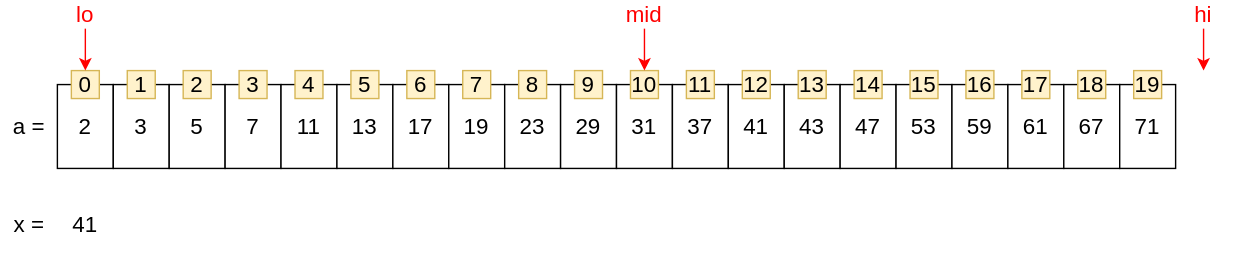
The draw.io diagram img/algorithm/algorithm-1081-01-01-02.svg in zininote/zininote.github.io-old-, before a commit. Source tidied: cells renumbered, new cells last; positions are measured from the earlier drawing's top-left corner, leaving out a move shared by most shapes.
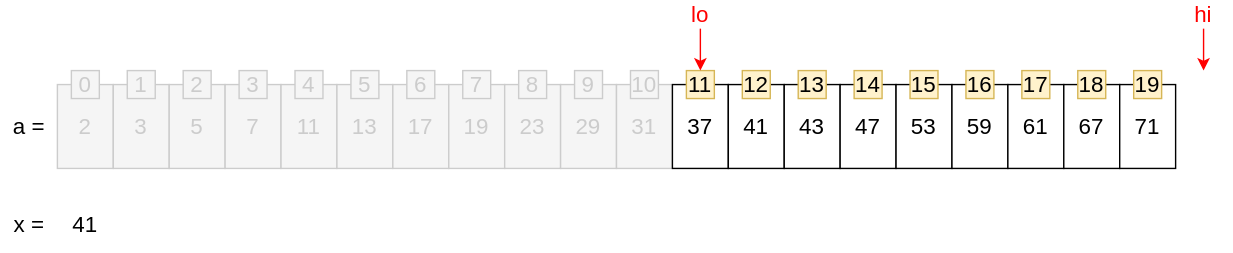
After the commit.

Change to the diagram source:
```diff
@@ -2,68 +2,65 @@
   <root>
     <mxCell id="0" />
     <mxCell id="1" parent="0" />
-    <mxCell id="2" style="group;" parent="1" vertex="1">
-      <mxGeometry x="40" y="60" width="800" height="60" as="geometry" />
-    </mxCell>
-    <mxCell id="3" value="2" style="rounded=0;whiteSpace=wrap;html=1;fontSize=16;" parent="2" vertex="1">
-      <mxGeometry width="40" height="60" as="geometry" />
+    <mxCell id="3" value="2" style="rounded=0;whiteSpace=wrap;html=1;fontSize=16;fillColor=#f5f5f5;strokeColor=#CCCCCC;fontColor=#CCCCCC;" parent="1" vertex="1">
+      <mxGeometry x="40" y="60" width="40" height="60" as="geometry" />
     </mxCell>
-    <mxCell id="4" value="3" style="rounded=0;whiteSpace=wrap;html=1;fontSize=16;" parent="2" vertex="1">
-      <mxGeometry x="40" width="40" height="60" as="geometry" />
+    <mxCell id="4" value="3" style="rounded=0;whiteSpace=wrap;html=1;fontSize=16;fillColor=#f5f5f5;strokeColor=#CCCCCC;fontColor=#CCCCCC;" parent="1" vertex="1">
+      <mxGeometry x="80" y="60" width="40" height="60" as="geometry" />
     </mxCell>
-    <mxCell id="5" value="5" style="rounded=0;whiteSpace=wrap;html=1;fontSize=16;" parent="2" vertex="1">
-      <mxGeometry x="80" width="40" height="60" as="geometry" />
+    <mxCell id="5" value="5" style="rounded=0;whiteSpace=wrap;html=1;fontSize=16;fillColor=#f5f5f5;strokeColor=#CCCCCC;fontColor=#CCCCCC;" parent="1" vertex="1">
+      <mxGeometry x="120" y="60" width="40" height="60" as="geometry" />
     </mxCell>
-    <mxCell id="6" value="7" style="rounded=0;whiteSpace=wrap;html=1;fontSize=16;" parent="2" vertex="1">
-      <mxGeometry x="120" width="40" height="60" as="geometry" />
+    <mxCell id="6" value="7" style="rounded=0;whiteSpace=wrap;html=1;fontSize=16;fillColor=#f5f5f5;strokeColor=#CCCCCC;fontColor=#CCCCCC;" parent="1" vertex="1">
+      <mxGeometry x="160" y="60" width="40" height="60" as="geometry" />
     </mxCell>
-    <mxCell id="7" value="11" style="rounded=0;whiteSpace=wrap;html=1;fontSize=16;" parent="2" vertex="1">
-      <mxGeometry x="160" width="40" height="60" as="geometry" />
+    <mxCell id="7" value="11" style="rounded=0;whiteSpace=wrap;html=1;fontSize=16;fillColor=#f5f5f5;strokeColor=#CCCCCC;fontColor=#CCCCCC;" parent="1" vertex="1">
+      <mxGeometry x="200" y="60" width="40" height="60" as="geometry" />
     </mxCell>
-    <mxCell id="8" value="13" style="rounded=0;whiteSpace=wrap;html=1;fontSize=16;" parent="2" vertex="1">
-      <mxGeometry x="200" width="40" height="60" as="geometry" />
+    <mxCell id="8" value="13" style="rounded=0;whiteSpace=wrap;html=1;fontSize=16;fillColor=#f5f5f5;strokeColor=#CCCCCC;fontColor=#CCCCCC;" parent="1" vertex="1">
+      <mxGeometry x="240" y="60" width="40" height="60" as="geometry" />
     </mxCell>
-    <mxCell id="9" value="17" style="rounded=0;whiteSpace=wrap;html=1;fontSize=16;" parent="2" vertex="1">
-      <mxGeometry x="240" width="40" height="60" as="geometry" />
+    <mxCell id="9" value="17" style="rounded=0;whiteSpace=wrap;html=1;fontSize=16;fillColor=#f5f5f5;strokeColor=#CCCCCC;fontColor=#CCCCCC;" parent="1" vertex="1">
+      <mxGeometry x="280" y="60" width="40" height="60" as="geometry" />
     </mxCell>
-    <mxCell id="10" value="19" style="rounded=0;whiteSpace=wrap;html=1;fontSize=16;" parent="2" vertex="1">
-      <mxGeometry x="280" width="40" height="60" as="geometry" />
+    <mxCell id="10" value="19" style="rounded=0;whiteSpace=wrap;html=1;fontSize=16;fillColor=#f5f5f5;strokeColor=#CCCCCC;fontColor=#CCCCCC;" parent="1" vertex="1">
+      <mxGeometry x="320" y="60" width="40" height="60" as="geometry" />
     </mxCell>
-    <mxCell id="11" value="23" style="rounded=0;whiteSpace=wrap;html=1;fontSize=16;" parent="2" vertex="1">
-      <mxGeometry x="320" width="40" height="60" as="geometry" />
+    <mxCell id="11" value="23" style="rounded=0;whiteSpace=wrap;html=1;fontSize=16;fillColor=#f5f5f5;strokeColor=#CCCCCC;fontColor=#CCCCCC;" parent="1" vertex="1">
+      <mxGeometry x="360" y="60" width="40" height="60" as="geometry" />
     </mxCell>
-    <mxCell id="12" value="29" style="rounded=0;whiteSpace=wrap;html=1;fontSize=16;" parent="2" vertex="1">
-      <mxGeometry x="360" width="40" height="60" as="geometry" />
+    <mxCell id="12" value="29" style="rounded=0;whiteSpace=wrap;html=1;fontSize=16;fillColor=#f5f5f5;strokeColor=#CCCCCC;fontColor=#CCCCCC;" parent="1" vertex="1">
+      <mxGeometry x="400" y="60" width="40" height="60" as="geometry" />
     </mxCell>
-    <mxCell id="13" value="31" style="rounded=0;whiteSpace=wrap;html=1;fontSize=16;" parent="2" vertex="1">
-      <mxGeometry x="400" width="40" height="60" as="geometry" />
+    <mxCell id="13" value="31" style="rounded=0;whiteSpace=wrap;html=1;fontSize=16;fillColor=#f5f5f5;strokeColor=#CCCCCC;fontColor=#CCCCCC;" parent="1" vertex="1">
+      <mxGeometry x="440" y="60" width="40" height="60" as="geometry" />
     </mxCell>
-    <mxCell id="14" value="37" style="rounded=0;whiteSpace=wrap;html=1;fontSize=16;" parent="2" vertex="1">
-      <mxGeometry x="440" width="40" height="60" as="geometry" />
+    <mxCell id="14" value="37" style="rounded=0;whiteSpace=wrap;html=1;fontSize=16;" parent="1" vertex="1">
+      <mxGeometry x="480" y="60" width="40" height="60" as="geometry" />
     </mxCell>
-    <mxCell id="15" value="41" style="rounded=0;whiteSpace=wrap;html=1;fontSize=16;" parent="2" vertex="1">
-      <mxGeometry x="480" width="40" height="60" as="geometry" />
+    <mxCell id="15" value="41" style="rounded=0;whiteSpace=wrap;html=1;fontSize=16;" parent="1" vertex="1">
+      <mxGeometry x="520" y="60" width="40" height="60" as="geometry" />
     </mxCell>
-    <mxCell id="16" value="43" style="rounded=0;whiteSpace=wrap;html=1;fontSize=16;" parent="2" vertex="1">
-      <mxGeometry x="520" width="40" height="60" as="geometry" />
+    <mxCell id="16" value="43" style="rounded=0;whiteSpace=wrap;html=1;fontSize=16;" parent="1" vertex="1">
+      <mxGeometry x="560" y="60" width="40" height="60" as="geometry" />
     </mxCell>
-    <mxCell id="17" value="47" style="rounded=0;whiteSpace=wrap;html=1;fontSize=16;" parent="2" vertex="1">
-      <mxGeometry x="560" width="40" height="60" as="geometry" />
+    <mxCell id="17" value="47" style="rounded=0;whiteSpace=wrap;html=1;fontSize=16;" parent="1" vertex="1">
+      <mxGeometry x="600" y="60" width="40" height="60" as="geometry" />
     </mxCell>
-    <mxCell id="18" value="53" style="rounded=0;whiteSpace=wrap;html=1;fontSize=16;" parent="2" vertex="1">
-      <mxGeometry x="600" width="40" height="60" as="geometry" />
+    <mxCell id="18" value="53" style="rounded=0;whiteSpace=wrap;html=1;fontSize=16;" parent="1" vertex="1">
+      <mxGeometry x="640" y="60" width="40" height="60" as="geometry" />
     </mxCell>
-    <mxCell id="19" value="59" style="rounded=0;whiteSpace=wrap;html=1;fontSize=16;" parent="2" vertex="1">
-      <mxGeometry x="640" width="40" height="60" as="geometry" />
+    <mxCell id="19" value="59" style="rounded=0;whiteSpace=wrap;html=1;fontSize=16;" parent="1" vertex="1">
+      <mxGeometry x="680" y="60" width="40" height="60" as="geometry" />
     </mxCell>
-    <mxCell id="20" value="61" style="rounded=0;whiteSpace=wrap;html=1;fontSize=16;" parent="2" vertex="1">
-      <mxGeometry x="680" width="40" height="60" as="geometry" />
+    <mxCell id="20" value="61" style="rounded=0;whiteSpace=wrap;html=1;fontSize=16;" parent="1" vertex="1">
+      <mxGeometry x="720" y="60" width="40" height="60" as="geometry" />
     </mxCell>
-    <mxCell id="21" value="67" style="rounded=0;whiteSpace=wrap;html=1;fontSize=16;" parent="2" vertex="1">
-      <mxGeometry x="720" width="40" height="60" as="geometry" />
+    <mxCell id="21" value="67" style="rounded=0;whiteSpace=wrap;html=1;fontSize=16;" parent="1" vertex="1">
+      <mxGeometry x="760" y="60" width="40" height="60" as="geometry" />
     </mxCell>
-    <mxCell id="22" value="71" style="rounded=0;whiteSpace=wrap;html=1;fontSize=16;" parent="2" vertex="1">
-      <mxGeometry x="760" width="40" height="60" as="geometry" />
+    <mxCell id="22" value="71" style="rounded=0;whiteSpace=wrap;html=1;fontSize=16;" parent="1" vertex="1">
+      <mxGeometry x="800" y="60" width="40" height="60" as="geometry" />
     </mxCell>
     <mxCell id="23" value="a =" style="text;html=1;strokeColor=none;fillColor=none;align=center;verticalAlign=middle;whiteSpace=wrap;rounded=0;fontSize=16;" parent="1" vertex="1">
       <mxGeometry y="60" width="40" height="60" as="geometry" />
@@ -74,37 +71,37 @@
     <mxCell id="25" value="41" style="text;html=1;strokeColor=none;fillColor=none;align=center;verticalAlign=middle;whiteSpace=wrap;rounded=0;fontSize=16;" parent="1" vertex="1">
       <mxGeometry x="40" y="140" width="40" height="40" as="geometry" />
     </mxCell>
-    <mxCell id="26" value="&lt;span style=&quot;font-size: 16px&quot;&gt;0&lt;/span&gt;" style="text;html=1;strokeColor=#d6b656;fillColor=#fff2cc;align=center;verticalAlign=middle;whiteSpace=wrap;rounded=0;" parent="1" vertex="1">
+    <mxCell id="26" value="&lt;span style=&quot;font-size: 16px&quot;&gt;0&lt;/span&gt;" style="text;html=1;fillColor=#f5f5f5;align=center;verticalAlign=middle;whiteSpace=wrap;rounded=0;strokeColor=#CCCCCC;fontColor=#CCCCCC;" parent="1" vertex="1">
       <mxGeometry x="50" y="50" width="20" height="20" as="geometry" />
     </mxCell>
-    <mxCell id="27" value="&lt;span style=&quot;font-size: 16px&quot;&gt;1&lt;/span&gt;" style="text;html=1;strokeColor=#d6b656;fillColor=#fff2cc;align=center;verticalAlign=middle;whiteSpace=wrap;rounded=0;" parent="1" vertex="1">
+    <mxCell id="27" value="&lt;span style=&quot;font-size: 16px&quot;&gt;1&lt;/span&gt;" style="text;html=1;fillColor=#f5f5f5;align=center;verticalAlign=middle;whiteSpace=wrap;rounded=0;strokeColor=#CCCCCC;fontColor=#CCCCCC;" parent="1" vertex="1">
       <mxGeometry x="90" y="50" width="20" height="20" as="geometry" />
     </mxCell>
-    <mxCell id="28" value="&lt;span style=&quot;font-size: 16px&quot;&gt;2&lt;/span&gt;" style="text;html=1;strokeColor=#d6b656;fillColor=#fff2cc;align=center;verticalAlign=middle;whiteSpace=wrap;rounded=0;" parent="1" vertex="1">
+    <mxCell id="28" value="&lt;span style=&quot;font-size: 16px&quot;&gt;2&lt;/span&gt;" style="text;html=1;fillColor=#f5f5f5;align=center;verticalAlign=middle;whiteSpace=wrap;rounded=0;strokeColor=#CCCCCC;fontColor=#CCCCCC;" parent="1" vertex="1">
       <mxGeometry x="130" y="50" width="20" height="20" as="geometry" />
     </mxCell>
-    <mxCell id="29" value="&lt;span style=&quot;font-size: 16px&quot;&gt;3&lt;/span&gt;" style="text;html=1;strokeColor=#d6b656;fillColor=#fff2cc;align=center;verticalAlign=middle;whiteSpace=wrap;rounded=0;" parent="1" vertex="1">
+    <mxCell id="29" value="&lt;span style=&quot;font-size: 16px&quot;&gt;3&lt;/span&gt;" style="text;html=1;fillColor=#f5f5f5;align=center;verticalAlign=middle;whiteSpace=wrap;rounded=0;strokeColor=#CCCCCC;fontColor=#CCCCCC;" parent="1" vertex="1">
       <mxGeometry x="170" y="50" width="20" height="20" as="geometry" />
     </mxCell>
-    <mxCell id="30" value="&lt;span style=&quot;font-size: 16px&quot;&gt;4&lt;/span&gt;" style="text;html=1;strokeColor=#d6b656;fillColor=#fff2cc;align=center;verticalAlign=middle;whiteSpace=wrap;rounded=0;" parent="1" vertex="1">
+    <mxCell id="30" value="&lt;span style=&quot;font-size: 16px&quot;&gt;4&lt;/span&gt;" style="text;html=1;fillColor=#f5f5f5;align=center;verticalAlign=middle;whiteSpace=wrap;rounded=0;strokeColor=#CCCCCC;fontColor=#CCCCCC;" parent="1" vertex="1">
       <mxGeometry x="210" y="50" width="20" height="20" as="geometry" />
     </mxCell>
-    <mxCell id="31" value="&lt;span style=&quot;font-size: 16px&quot;&gt;5&lt;/span&gt;" style="text;html=1;strokeColor=#d6b656;fillColor=#fff2cc;align=center;verticalAlign=middle;whiteSpace=wrap;rounded=0;" parent="1" vertex="1">
+    <mxCell id="31" value="&lt;span style=&quot;font-size: 16px&quot;&gt;5&lt;/span&gt;" style="text;html=1;fillColor=#f5f5f5;align=center;verticalAlign=middle;whiteSpace=wrap;rounded=0;strokeColor=#CCCCCC;fontColor=#CCCCCC;" parent="1" vertex="1">
       <mxGeometry x="250" y="50" width="20" height="20" as="geometry" />
     </mxCell>
-    <mxCell id="32" value="&lt;span style=&quot;font-size: 16px&quot;&gt;6&lt;/span&gt;" style="text;html=1;strokeColor=#d6b656;fillColor=#fff2cc;align=center;verticalAlign=middle;whiteSpace=wrap;rounded=0;" parent="1" vertex="1">
+    <mxCell id="32" value="&lt;span style=&quot;font-size: 16px&quot;&gt;6&lt;/span&gt;" style="text;html=1;fillColor=#f5f5f5;align=center;verticalAlign=middle;whiteSpace=wrap;rounded=0;strokeColor=#CCCCCC;fontColor=#CCCCCC;" parent="1" vertex="1">
       <mxGeometry x="290" y="50" width="20" height="20" as="geometry" />
     </mxCell>
-    <mxCell id="33" value="&lt;span style=&quot;font-size: 16px&quot;&gt;7&lt;/span&gt;" style="text;html=1;strokeColor=#d6b656;fillColor=#fff2cc;align=center;verticalAlign=middle;whiteSpace=wrap;rounded=0;" parent="1" vertex="1">
+    <mxCell id="33" value="&lt;span style=&quot;font-size: 16px&quot;&gt;7&lt;/span&gt;" style="text;html=1;fillColor=#f5f5f5;align=center;verticalAlign=middle;whiteSpace=wrap;rounded=0;strokeColor=#CCCCCC;fontColor=#CCCCCC;" parent="1" vertex="1">
       <mxGeometry x="330" y="50" width="20" height="20" as="geometry" />
     </mxCell>
-    <mxCell id="34" value="&lt;span style=&quot;font-size: 16px&quot;&gt;8&lt;/span&gt;" style="text;html=1;strokeColor=#d6b656;fillColor=#fff2cc;align=center;verticalAlign=middle;whiteSpace=wrap;rounded=0;" parent="1" vertex="1">
+    <mxCell id="34" value="&lt;span style=&quot;font-size: 16px&quot;&gt;8&lt;/span&gt;" style="text;html=1;fillColor=#f5f5f5;align=center;verticalAlign=middle;whiteSpace=wrap;rounded=0;strokeColor=#CCCCCC;fontColor=#CCCCCC;" parent="1" vertex="1">
       <mxGeometry x="370" y="50" width="20" height="20" as="geometry" />
     </mxCell>
-    <mxCell id="35" value="&lt;span style=&quot;font-size: 16px&quot;&gt;9&lt;/span&gt;" style="text;html=1;strokeColor=#d6b656;fillColor=#fff2cc;align=center;verticalAlign=middle;whiteSpace=wrap;rounded=0;" parent="1" vertex="1">
+    <mxCell id="35" value="&lt;span style=&quot;font-size: 16px&quot;&gt;9&lt;/span&gt;" style="text;html=1;fillColor=#f5f5f5;align=center;verticalAlign=middle;whiteSpace=wrap;rounded=0;strokeColor=#CCCCCC;fontColor=#CCCCCC;" parent="1" vertex="1">
       <mxGeometry x="410" y="50" width="20" height="20" as="geometry" />
     </mxCell>
-    <mxCell id="36" value="&lt;span style=&quot;font-size: 16px&quot;&gt;10&lt;/span&gt;" style="text;html=1;strokeColor=#d6b656;fillColor=#fff2cc;align=center;verticalAlign=middle;whiteSpace=wrap;rounded=0;" parent="1" vertex="1">
+    <mxCell id="36" value="&lt;span style=&quot;font-size: 16px&quot;&gt;10&lt;/span&gt;" style="text;html=1;fillColor=#f5f5f5;align=center;verticalAlign=middle;whiteSpace=wrap;rounded=0;strokeColor=#CCCCCC;fontColor=#CCCCCC;" parent="1" vertex="1">
       <mxGeometry x="450" y="50" width="20" height="20" as="geometry" />
     </mxCell>
     <mxCell id="37" value="&lt;span style=&quot;font-size: 16px&quot;&gt;11&lt;/span&gt;" style="text;html=1;strokeColor=#d6b656;fillColor=#fff2cc;align=center;verticalAlign=middle;whiteSpace=wrap;rounded=0;" parent="1" vertex="1">
@@ -134,49 +131,31 @@
     <mxCell id="45" value="&lt;span style=&quot;font-size: 16px&quot;&gt;19&lt;/span&gt;" style="text;html=1;strokeColor=#d6b656;fillColor=#fff2cc;align=center;verticalAlign=middle;whiteSpace=wrap;rounded=0;" parent="1" vertex="1">
       <mxGeometry x="810" y="50" width="20" height="20" as="geometry" />
     </mxCell>
-    <mxCell id="46" style="group;" parent="1" vertex="1">
-      <mxGeometry x="40" width="40" height="20" as="geometry" />
-    </mxCell>
-    <mxCell id="47" style="group;" parent="46" vertex="1">
-      <mxGeometry width="40" height="20" as="geometry" />
-    </mxCell>
-    <mxCell id="48" value="lo" style="text;html=1;strokeColor=none;fillColor=none;align=center;verticalAlign=middle;whiteSpace=wrap;rounded=0;fontSize=16;fontColor=#FF0000;" parent="47" vertex="1">
-      <mxGeometry width="40" height="20" as="geometry" />
-    </mxCell>
-    <mxCell id="49" style="edgeStyle=orthogonalEdgeStyle;rounded=0;jettySize=auto;html=1;exitX=0.5;exitY=1;exitDx=0;exitDy=0;entryX=0.5;entryY=0;entryDx=0;entryDy=0;fontSize=16;fontColor=#FF0000;strokeColor=#FF0000;" parent="46" edge="1" source="48" target="26">
-      <mxGeometry relative="1" as="geometry" />
-    </mxCell>
-    <mxCell id="50" style="group;" parent="1" vertex="1">
-      <mxGeometry x="440" width="40" height="20" as="geometry" />
-    </mxCell>
+    <mxCell id="54" style="edgeStyle=orthogonalEdgeStyle;rounded=0;jettySize=auto;html=1;exitX=0.5;exitY=1;exitDx=0;exitDy=0;entryX=0.5;entryY=0;entryDx=0;entryDy=0;strokeColor=#FF0000;fontSize=16;fontColor=#FF0000;" parent="1" edge="1" source="52" target="37">
+      <mxGeometry relative="1" as="geometry" />
+    </mxCell>
+    <mxCell id="59" style="edgeStyle=orthogonalEdgeStyle;rounded=0;jettySize=auto;html=1;exitX=0.5;exitY=1;exitDx=0;exitDy=0;strokeColor=#FF0000;fontSize=16;fontColor=#FF0000;" parent="1" edge="1" source="57">
+      <mxGeometry relative="1" as="geometry">
+        <mxPoint x="860" y="50" as="targetPoint" />
+      </mxGeometry>
+    </mxCell>
-    <mxCell id="51" style="group;" parent="50" vertex="1">
-      <mxGeometry width="40" height="20" as="geometry" />
+    <mxCell id="51" style="group;" parent="1" vertex="1">
+      <mxGeometry x="480" width="40" height="20" as="geometry" />
     </mxCell>
-    <mxCell id="52" value="mid" style="text;html=1;strokeColor=none;fillColor=none;align=center;verticalAlign=middle;whiteSpace=wrap;rounded=0;fontSize=16;fontColor=#FF0000;" parent="51" vertex="1">
+    <mxCell id="52" value="lo" style="text;html=1;strokeColor=none;fillColor=none;align=center;verticalAlign=middle;whiteSpace=wrap;rounded=0;fontSize=16;fontColor=#FF0000;" parent="51" vertex="1">
       <mxGeometry width="40" height="20" as="geometry" />
     </mxCell>
-    <mxCell id="53" style="edgeStyle=orthogonalEdgeStyle;rounded=0;jettySize=auto;html=1;exitX=0.5;exitY=1;exitDx=0;exitDy=0;entryX=0.5;entryY=0;entryDx=0;entryDy=0;fontSize=16;fontColor=#FF0000;strokeColor=#FF0000;" parent="50" edge="1" source="52">
+    <mxCell id="53" style="edgeStyle=orthogonalEdgeStyle;rounded=0;jettySize=auto;html=1;exitX=0.5;exitY=1;exitDx=0;exitDy=0;entryX=0.5;entryY=0;entryDx=0;entryDy=0;fontSize=16;fontColor=#FF0000;strokeColor=#FF0000;" parent="1" edge="1" source="52">
       <mxGeometry relative="1" as="geometry" />
     </mxCell>
-    <mxCell id="54" style="edgeStyle=orthogonalEdgeStyle;rounded=0;jettySize=auto;html=1;exitX=0.5;exitY=1;exitDx=0;exitDy=0;entryX=0.5;entryY=0;entryDx=0;entryDy=0;strokeColor=#FF0000;fontSize=16;fontColor=#FF0000;" parent="1" edge="1" source="52" target="36">
-      <mxGeometry relative="1" as="geometry" />
-    </mxCell>
-    <mxCell id="55" style="group;" parent="1" vertex="1">
-      <mxGeometry x="840" width="40" height="20" as="geometry" />
-    </mxCell>
-    <mxCell id="56" style="group;" parent="55" vertex="1">
-      <mxGeometry width="40" height="20" as="geometry" />
+    <mxCell id="56" style="group;" parent="1" vertex="1">
+      <mxGeometry x="840" width="40" height="20" as="geometry" />
     </mxCell>
     <mxCell id="57" value="hi" style="text;html=1;strokeColor=none;fillColor=none;align=center;verticalAlign=middle;whiteSpace=wrap;rounded=0;fontSize=16;fontColor=#FF0000;" parent="56" vertex="1">
       <mxGeometry width="40" height="20" as="geometry" />
     </mxCell>
-    <mxCell id="58" style="edgeStyle=orthogonalEdgeStyle;rounded=0;jettySize=auto;html=1;exitX=0.5;exitY=1;exitDx=0;exitDy=0;entryX=0.5;entryY=0;entryDx=0;entryDy=0;fontSize=16;fontColor=#FF0000;strokeColor=#FF0000;" parent="55" edge="1" source="57">
+    <mxCell id="58" style="edgeStyle=orthogonalEdgeStyle;rounded=0;jettySize=auto;html=1;exitX=0.5;exitY=1;exitDx=0;exitDy=0;entryX=0.5;entryY=0;entryDx=0;entryDy=0;fontSize=16;fontColor=#FF0000;strokeColor=#FF0000;" parent="1" edge="1" source="57">
       <mxGeometry relative="1" as="geometry" />
     </mxCell>
-    <mxCell id="59" style="edgeStyle=orthogonalEdgeStyle;rounded=0;jettySize=auto;html=1;exitX=0.5;exitY=1;exitDx=0;exitDy=0;strokeColor=#FF0000;fontSize=16;fontColor=#FF0000;" parent="1" edge="1" source="57">
-      <mxGeometry relative="1" as="geometry">
-        <mxPoint x="860" y="50" as="targetPoint" />
-      </mxGeometry>
-    </mxCell>
   </root>
 </mxGraphModel>
```
